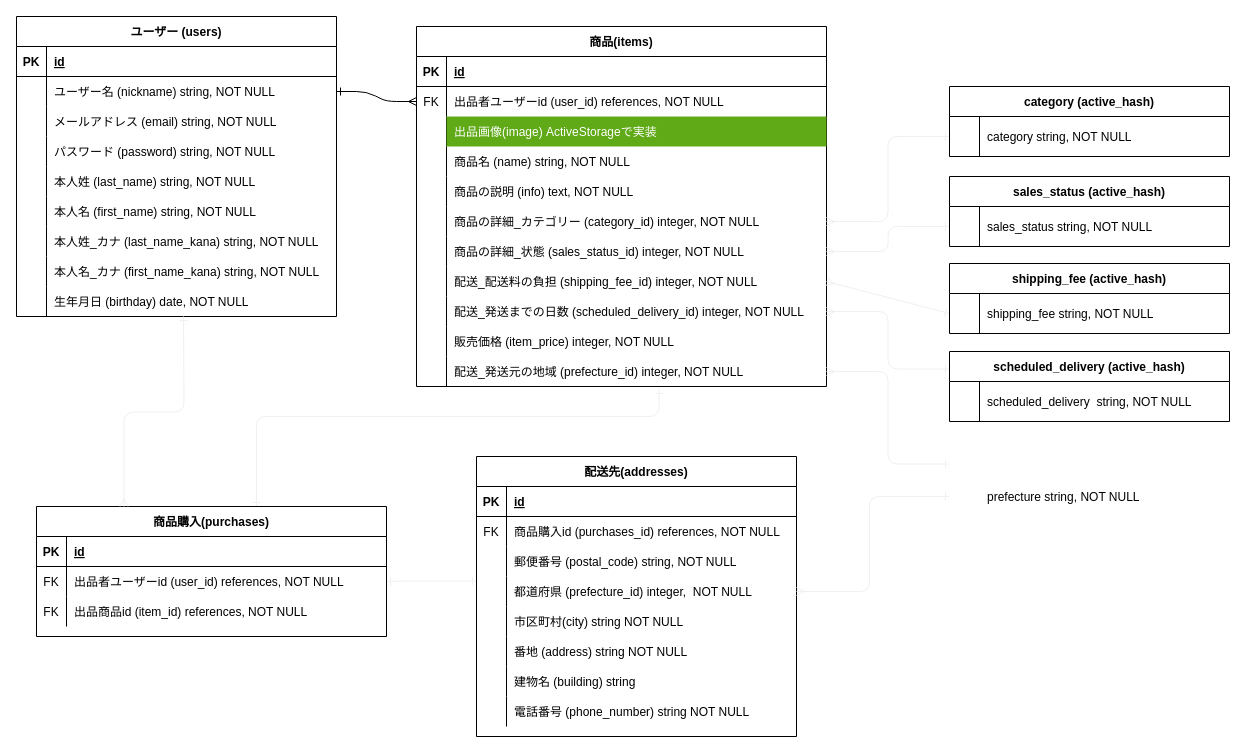
This is furima_er.dio from sutogone/furima-31056, a draw.io file, before an edit. Source tidied: cells renumbered, new cells numbered last; positions are measured from the earlier drawing's top-left corner, leaving out a move shared by most shapes. Both pictures are drawn from the tidied source at 100%, with x=0, y=0 at pixel (16, 16).
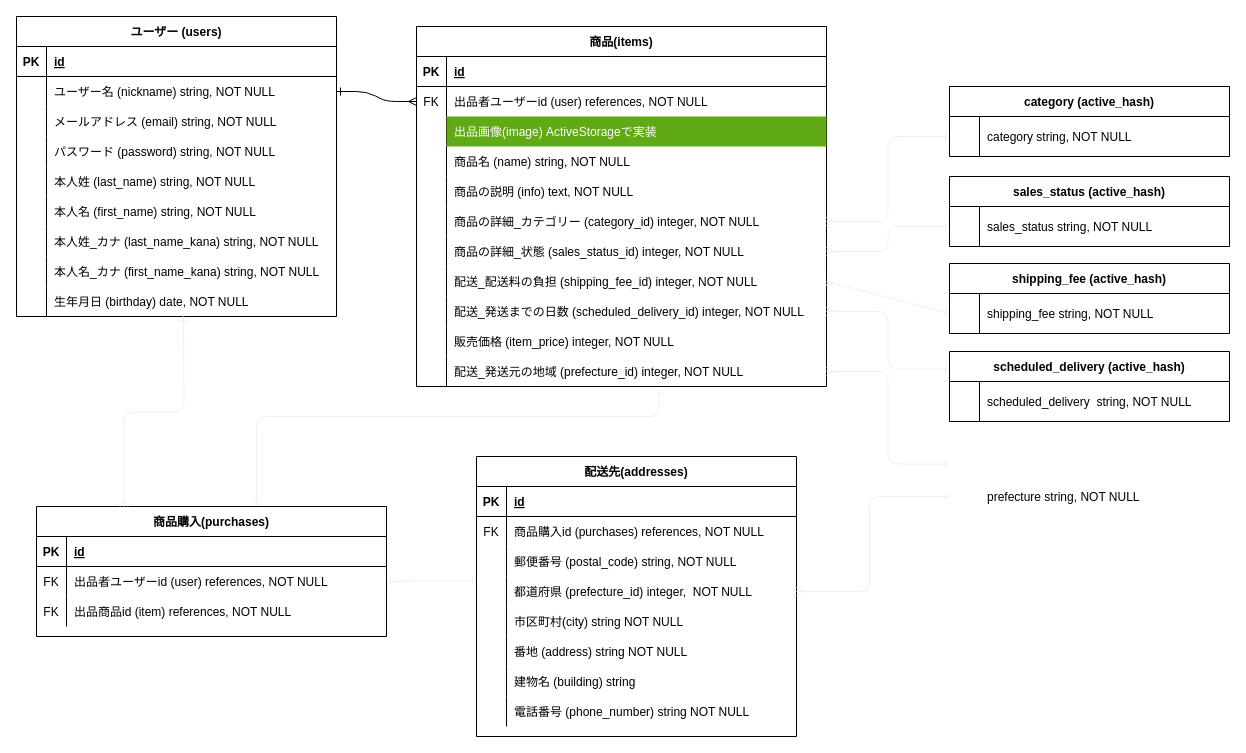
Above is the later version.

The change refers to these unchanged cells:
```xml
<mxCell id="7" style="shape=partialRectangle;fillColor=none;top=0;left=0;bottom=0;right=0;points=[[0,0.5],[1,0.5]];portConstraint=eastwest;" parent="3" vertex="1">
  <mxGeometry y="60" width="410" height="30" as="geometry" />
</mxCell>
<mxCell id="73" style="shape=partialRectangle;fillColor=none;top=0;left=0;bottom=0;right=0;points=[[0,0.5],[1,0.5]];portConstraint=eastwest;" parent="69" vertex="1">
  <mxGeometry y="60" width="350" height="30" as="geometry" />
</mxCell>
<mxCell id="76" style="shape=partialRectangle;fillColor=none;top=0;left=0;bottom=0;right=0;" parent="69" vertex="1">
  <mxGeometry y="90" width="350" height="30" as="geometry" />
</mxCell>
<mxCell id="83" style="shape=partialRectangle;fillColor=none;top=0;left=0;bottom=0;right=0;" parent="79" vertex="1">
  <mxGeometry y="60" width="320" height="30" as="geometry" />
</mxCell>
```

The edit, as a diff of the source:
```diff
@@
-    <mxCell id="9" value="出品者ユーザーid (user_id) references, NOT NULL" style="shape=partialRectangle;fillColor=none;top=0;left=0;bottom=0;right=0;align=left;spacingLeft=6;overflow=hidden;" parent="7" vertex="1">
+    <mxCell id="9" value="出品者ユーザーid (user) references, NOT NULL" style="shape=partialRectangle;fillColor=none;top=0;left=0;bottom=0;right=0;align=left;spacingLeft=6;overflow=hidden;" parent="7" vertex="1">
       <mxGeometry x="30" width="380" height="30" as="geometry" />
     </mxCell>
@@
-    <mxCell id="75" value="出品者ユーザーid (user_id) references, NOT NULL" style="shape=partialRectangle;fillColor=none;top=0;left=0;bottom=0;right=0;align=left;spacingLeft=6;overflow=hidden;" parent="73" vertex="1">
+    <mxCell id="75" value="出品者ユーザーid (user) references, NOT NULL" style="shape=partialRectangle;fillColor=none;top=0;left=0;bottom=0;right=0;align=left;spacingLeft=6;overflow=hidden;" parent="73" vertex="1">
       <mxGeometry x="30" width="320" height="30" as="geometry" />
     </mxCell>
@@
-    <mxCell id="78" value="出品商品id (item_id) references, NOT NULL" style="shape=partialRectangle;fillColor=none;top=0;left=0;bottom=0;right=0;align=left;spacingLeft=6;overflow=hidden;" parent="76" vertex="1">
+    <mxCell id="78" value="出品商品id (item) references, NOT NULL" style="shape=partialRectangle;fillColor=none;top=0;left=0;bottom=0;right=0;align=left;spacingLeft=6;overflow=hidden;" parent="76" vertex="1">
       <mxGeometry x="30" width="320" height="30" as="geometry" />
     </mxCell>
@@
-    <mxCell id="85" value="商品購入id (purchases_id) references, NOT NULL" style="shape=partialRectangle;fillColor=none;top=0;left=0;bottom=0;right=0;align=left;spacingLeft=6;overflow=hidden;" parent="83" vertex="1">
+    <mxCell id="85" value="商品購入id (purchases) references, NOT NULL" style="shape=partialRectangle;fillColor=none;top=0;left=0;bottom=0;right=0;align=left;spacingLeft=6;overflow=hidden;" parent="83" vertex="1">
       <mxGeometry x="30" width="290" height="30" as="geometry" />
     </mxCell>
```
